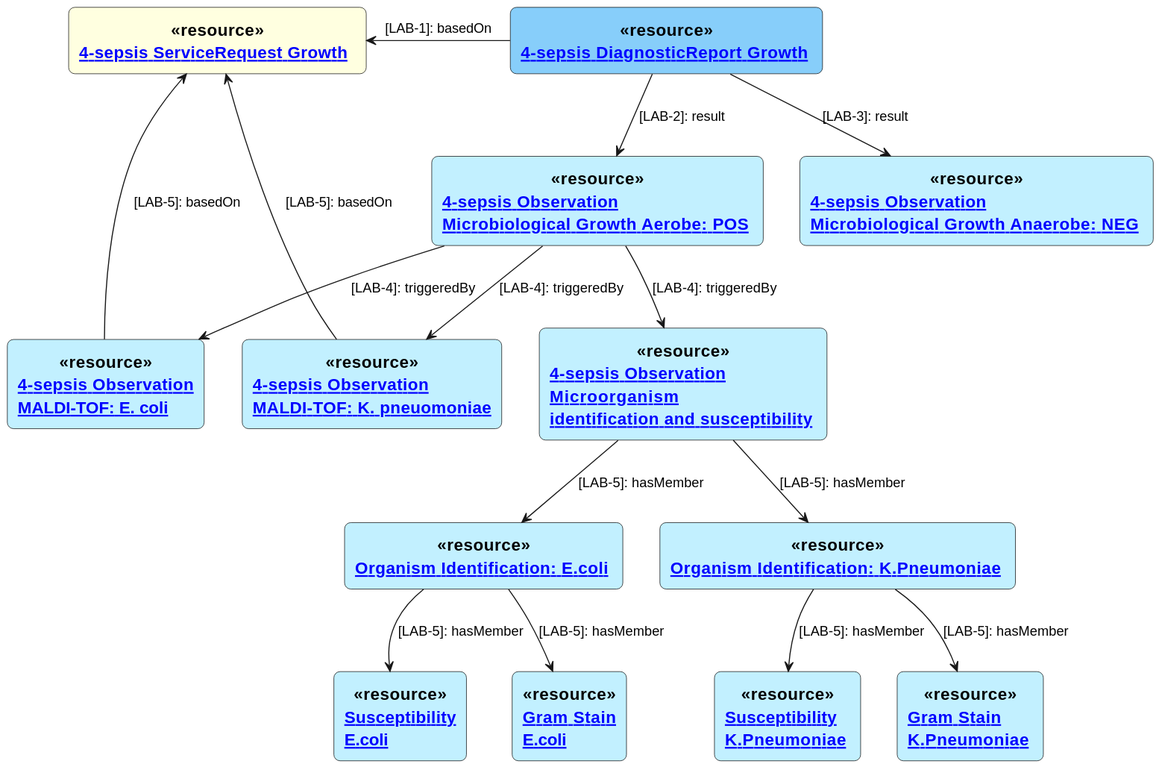
This is input/images/4-sepsis-reflex-testing.svg from hl7ch/ch-lab-order, a PlantUML export, as it was before one commit. Source of this version:
```plantuml
@startuml
skinparam rectangle<<resource>> {
  roundCorner 12
  BackgroundColor Blue
  BorderColor Black
  ArrowColor Black
  FontName Arial
  FontSize 16
  FontStyle Bold
}

rectangle "[[ ServiceRequest-4-sepsis-ServiceRequestGrowth.html 4-sepsis ServiceRequest Growth ]] " as SR <<$bProcess>><<resource>> #LightYellow
rectangle "[[ DiagnosticReport-4-sepsis-DiagnosticReport.html 4-sepsis DiagnosticReport Growth ]]" as DR <<$bProcess>><<resource>> #LightSkyBlue
rectangle "[[ Observation-observationMicrobiolGrowthAerobe.html 4-sepsis Observation\nMicrobiological Growth Aerobe: POS ]]" as OMA <<$bProcess>><<resource>> #APPLICATION
rectangle "[[ Observation-observationMicrobiolGrowthAnaerobe.html 4-sepsis Observation\nMicrobiological Growth Anaerobe: NEG ]]" as OMANA <<$bProcess>><<resource>> #APPLICATION
rectangle "[[ Observation-observationMALDI-TOF-Ecoli.html 4-sepsis Observation\nMALDI-TOF: E. coli ]]" as OMTE <<$bProcess>><<resource>> #APPLICATION
rectangle "[[ Observation-observationMALDI-TOF-Kpneu.html 4-sepsis Observation\nMALDI-TOF: K. pneuomoniae]]" as OMTK <<$bProcess>><<resource>> #APPLICATION
rectangle "[[ Observation-observationMicroorgIdentAndSuscept.html 4-sepsis Observation\nMicroorganism\nidentification and susceptibility ]]" as OIGR <<$bProcess>><<resource>> #APPLICATION
rectangle "[[ Observation-ObservationEcoli.html Organism Identification: E.coli ]]" as OIE <<$bProcess>><<resource>> #APPLICATION
rectangle "[[ Observation-ObservationSusceptibilityEcoli.html Susceptibility\nE.coli ]]" as STE <<$bProcess>><<resource>> #APPLICATION
rectangle "[[ Observation-ObservationGramStainResultEcoli.html Gram Stain\nE.coli ]]" as GSE <<$bProcess>><<resource>> #APPLICATION
rectangle "[[ Observation-ObservationKpneumoniae.html Organism Identification: K.Pneumoniae ]]" as OIK <<$bProcess>><<resource>> #APPLICATION
rectangle "[[ Observation-ObservationSusceptibilityKpneumoniae.html Susceptibility\nK.Pneumoniae ]]" as STK <<$bProcess>><<resource>> #APPLICATION
rectangle "[[ Observation-ObservationGramStainResultKpneumoniae.html Gram Stain\nK.Pneumoniae ]]" as GSK <<$bProcess>><<resource>> #APPLICATION

SR <-right-  DR : [LAB-1]: basedOn
DR -down-> OMA : [LAB-2]: result
DR -down-> OMANA : [LAB-3]: result
OMA -down-> OMTE : [LAB-4]: triggeredBy
OMTE -up-> SR : [LAB-5]: basedOn
OMA -down-> OMTK : [LAB-4]: triggeredBy
OMTK -up-> SR : [LAB-5]: basedOn
OMA -down-> OIGR : [LAB-4]: triggeredBy
OIGR -down-> OIE : [LAB-5]: hasMember
OIE -down-> GSE : [LAB-5]: hasMember
OIE -down-> STE : [LAB-5]: hasMember
OIGR -down-> OIK : [LAB-5]: hasMember
OIK -down-> GSK : [LAB-5]: hasMember
OIK -down-> STK : [LAB-5]: hasMember
@enduml
```
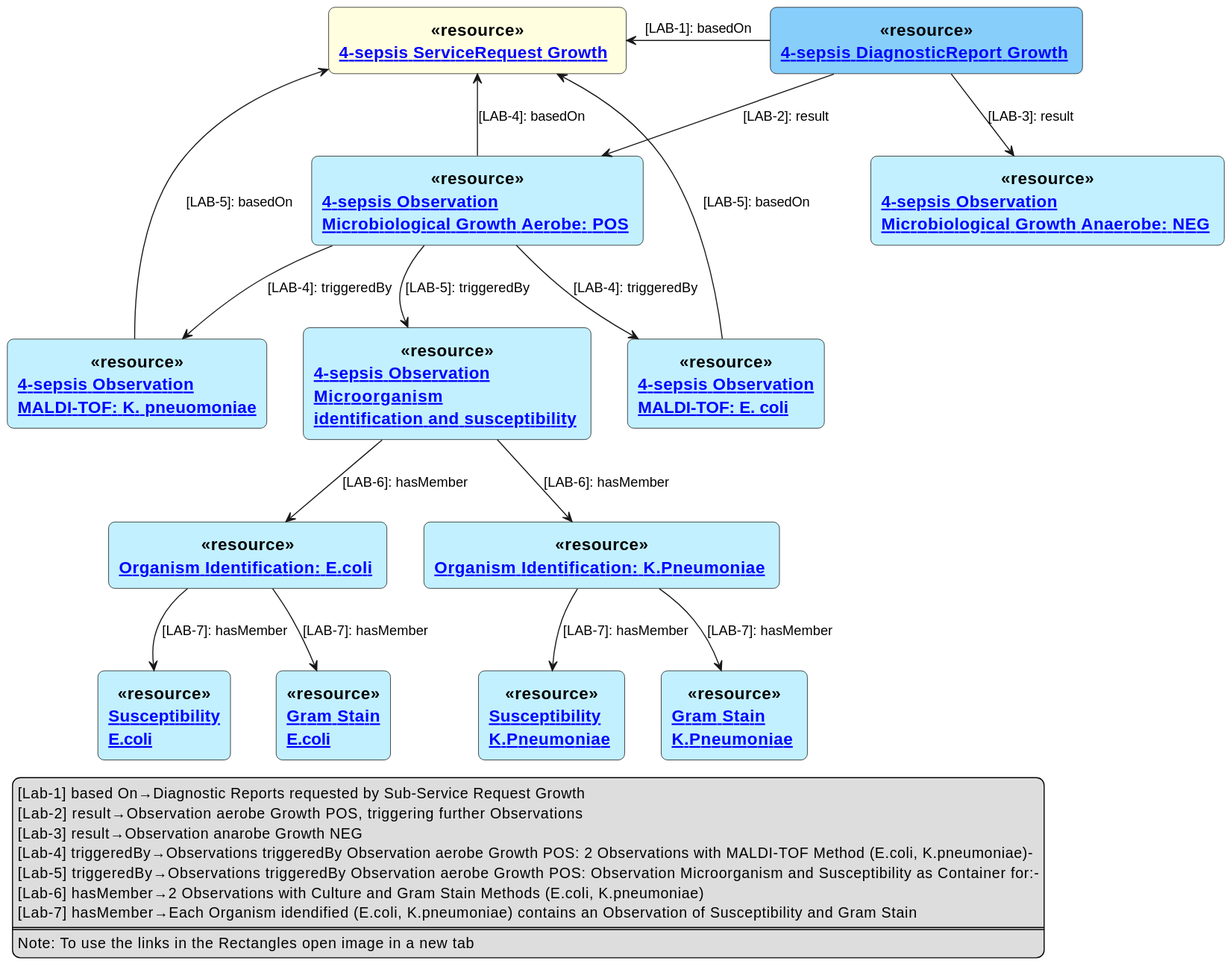
The same diagram one commit later.

The edit, as a diff of the source:
```diff
@@ -9,13 +9,13 @@
   FontStyle Bold
 }
 
-rectangle "[[ ServiceRequest-4-sepsis-ServiceRequestGrowth.html 4-sepsis ServiceRequest Growth ]] " as SR <<$bProcess>><<resource>> #LightYellow
-rectangle "[[ DiagnosticReport-4-sepsis-DiagnosticReport.html 4-sepsis DiagnosticReport Growth ]]" as DR <<$bProcess>><<resource>> #LightSkyBlue
+rectangle "[[ ServiceRequest-4-sepsis-ServiceRequestGrowth.html 4-sepsis ServiceRequest Growth ]] " as SRG <<$bProcess>><<resource>> #LightYellow
+rectangle "[[ DiagnosticReport-4-sepsis-DiagnosticReport.html 4-sepsis DiagnosticReport Growth ]]" as DRG <<$bProcess>><<resource>> #LightSkyBlue
 rectangle "[[ Observation-observationMicrobiolGrowthAerobe.html 4-sepsis Observation\nMicrobiological Growth Aerobe: POS ]]" as OMA <<$bProcess>><<resource>> #APPLICATION
 rectangle "[[ Observation-observationMicrobiolGrowthAnaerobe.html 4-sepsis Observation\nMicrobiological Growth Anaerobe: NEG ]]" as OMANA <<$bProcess>><<resource>> #APPLICATION
 rectangle "[[ Observation-observationMALDI-TOF-Ecoli.html 4-sepsis Observation\nMALDI-TOF: E. coli ]]" as OMTE <<$bProcess>><<resource>> #APPLICATION
 rectangle "[[ Observation-observationMALDI-TOF-Kpneu.html 4-sepsis Observation\nMALDI-TOF: K. pneuomoniae]]" as OMTK <<$bProcess>><<resource>> #APPLICATION
-rectangle "[[ Observation-observationMicroorgIdentAndSuscept.html 4-sepsis Observation\nMicroorganism\nidentification and susceptibility ]]" as OIGR <<$bProcess>><<resource>> #APPLICATION
+rectangle "[[ Observation-observationMicroorgIdentAndSuscept.html 4-sepsis Observation\nMicroorganism\nidentification and susceptibility ]]" as OMIS <<$bProcess>><<resource>> #APPLICATION
 rectangle "[[ Observation-ObservationEcoli.html Organism Identification: E.coli ]]" as OIE <<$bProcess>><<resource>> #APPLICATION
 rectangle "[[ Observation-ObservationSusceptibilityEcoli.html Susceptibility\nE.coli ]]" as STE <<$bProcess>><<resource>> #APPLICATION
 rectangle "[[ Observation-ObservationGramStainResultEcoli.html Gram Stain\nE.coli ]]" as GSE <<$bProcess>><<resource>> #APPLICATION
@@ -23,18 +23,31 @@
 rectangle "[[ Observation-ObservationSusceptibilityKpneumoniae.html Susceptibility\nK.Pneumoniae ]]" as STK <<$bProcess>><<resource>> #APPLICATION
 rectangle "[[ Observation-ObservationGramStainResultKpneumoniae.html Gram Stain\nK.Pneumoniae ]]" as GSK <<$bProcess>><<resource>> #APPLICATION
 
-SR <-right-  DR : [LAB-1]: basedOn
-DR -down-> OMA : [LAB-2]: result
-DR -down-> OMANA : [LAB-3]: result
+SRG <-right-  DRG : [LAB-1]: basedOn
+DRG -down-> OMA : [LAB-2]: result
+DRG -down-> OMANA : [LAB-3]: result
+OMA -up-> SRG : [LAB-4]: basedOn
 OMA -down-> OMTE : [LAB-4]: triggeredBy
-OMTE -up-> SR : [LAB-5]: basedOn
+OMTE -up-> SRG : [LAB-5]: basedOn
 OMA -down-> OMTK : [LAB-4]: triggeredBy
-OMTK -up-> SR : [LAB-5]: basedOn
-OMA -down-> OIGR : [LAB-4]: triggeredBy
-OIGR -down-> OIE : [LAB-5]: hasMember
-OIE -down-> GSE : [LAB-5]: hasMember
-OIE -down-> STE : [LAB-5]: hasMember
-OIGR -down-> OIK : [LAB-5]: hasMember
-OIK -down-> GSK : [LAB-5]: hasMember
-OIK -down-> STK : [LAB-5]: hasMember
+OMTK -up-> SRG : [LAB-5]: basedOn
+OMA -down-> OMIS : [LAB-5]: triggeredBy
+OMIS -down-> OIE : [LAB-6]: hasMember
+OIE -down-> GSE : [LAB-7]: hasMember
+OIE -down-> STE : [LAB-7]: hasMember
+OMIS -down-> OIK : [LAB-6]: hasMember
+OIK -down-> GSK : [LAB-7]: hasMember
+OIK -down-> STK : [LAB-7]: hasMember
+
+legend left
+[Lab-1] based On→Diagnostic Reports requested by Sub-Service Request Growth
+[Lab-2] result→Observation aerobe Growth POS, triggering further Observations
+[Lab-3] result→Observation anarobe Growth NEG
+[Lab-4] triggeredBy→Observations triggeredBy Observation aerobe Growth POS: 2 Observations with MALDI-TOF Method (E.coli, K.pneumoniae)-
+[Lab-5] triggeredBy→Observations triggeredBy Observation aerobe Growth POS: Observation Microorganism and Susceptibility as Container for:-
+[Lab-6] hasMember→2 Observations with Culture and Gram Stain Methods (E.coli, K.pneumoniae)
+[Lab-7] hasMember→Each Organism idendified (E.coli, K.pneumoniae) contains an Observation of Susceptibility and Gram Stain
+====
+Note: To use the links in the Rectangles open image in a new tab
+endlegend
 @enduml
```
